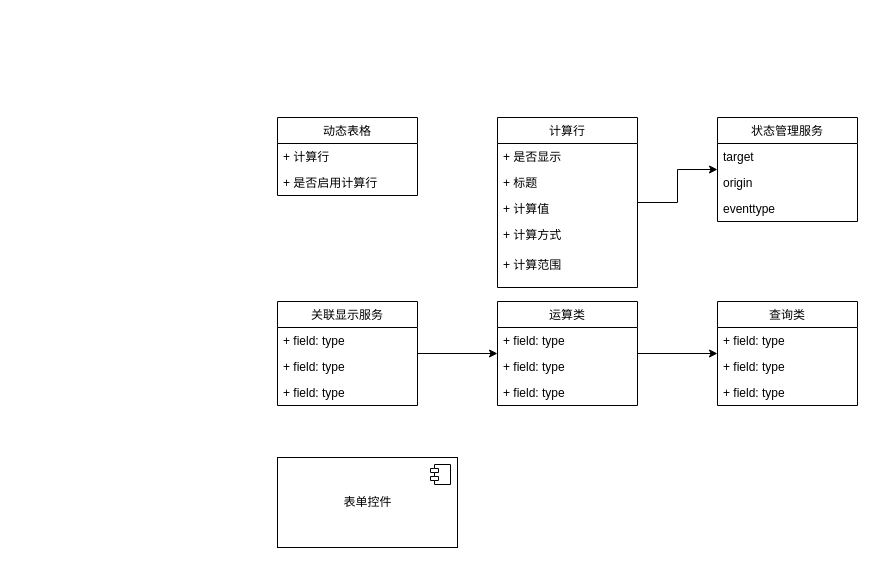
This is 计算行领域UML.drawio from asling/my-umls, a draw.io file, before an edit. Source tidied: cells renumbered, new cells numbered last; positions are measured from the earlier drawing's top-left corner, leaving out a move shared by most shapes. Both pictures are drawn from the tidied source at 100%, with x=0, y=0 at pixel (277, 117).
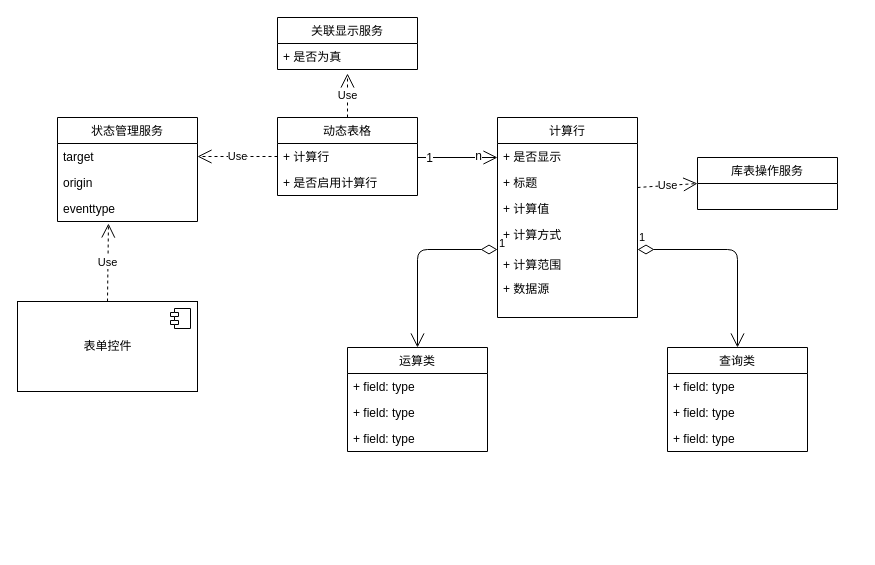
After the change.

Commit message:
Update 计算行领域UML.drawio

The change refers to these unchanged cells:
```xml
<mxCell id="2" value="动态表格" style="swimlane;fontStyle=0;horizontal=1;startSize=26;fillColor=none;" parent="1" vertex="1">
  <mxGeometry width="140" height="78" as="geometry" />
</mxCell>
<mxCell id="3" value="+ 计算行" style="text;strokeColor=none;fillColor=none;align=left;verticalAlign=top;spacingLeft=4;spacingRight=4;overflow=hidden;points=[[0,0.5],[1,0.5]];portConstraint=eastwest;" parent="2" vertex="1">
  <mxGeometry y="26" width="140" height="26" as="geometry" />
</mxCell>
<mxCell id="25" value="target" style="text;strokeColor=none;fillColor=none;align=left;verticalAlign=top;spacingLeft=4;spacingRight=4;overflow=hidden;points=[[0,0.5],[1,0.5]];portConstraint=eastwest;" parent="24" vertex="1">
  <mxGeometry y="26" width="140" height="26" as="geometry" />
</mxCell>
<mxCell id="27" value="eventtype" style="text;strokeColor=none;fillColor=none;align=left;verticalAlign=top;spacingLeft=4;spacingRight=4;overflow=hidden;points=[[0,0.5],[1,0.5]];portConstraint=eastwest;" parent="24" vertex="1">
  <mxGeometry y="78" width="140" height="26" as="geometry" />
</mxCell>
<mxCell id="30" value="+ 计算方式" style="text;strokeColor=none;fillColor=none;align=left;verticalAlign=top;spacingLeft=4;spacingRight=4;overflow=hidden;points=[[0,0.5],[1,0.5]];portConstraint=eastwest;" parent="1" vertex="1">
  <mxGeometry x="220" y="104" width="140" height="56" as="geometry" />
</mxCell>
```

Diff of the diagram source:
```diff
@@
-    <mxCell id="5" style="edgeStyle=orthogonalEdgeStyle;rounded=0;jettySize=auto;html=1;" parent="1" edge="1" source="6" target="11">
-      <mxGeometry relative="1" as="geometry" />
-    </mxCell>
     <mxCell id="6" value="关联显示服务" style="swimlane;fontStyle=0;horizontal=1;startSize=26;fillColor=none;" parent="1" vertex="1">
-      <mxGeometry y="184" width="140" height="104" as="geometry" />
+      <mxGeometry y="-100" width="140" height="52" as="geometry" />
     </mxCell>
-    <mxCell id="7" value="+ field: type" style="text;strokeColor=none;fillColor=none;align=left;verticalAlign=top;spacingLeft=4;spacingRight=4;overflow=hidden;" parent="6" vertex="1">
-      <mxGeometry y="26" width="140" height="26" as="geometry" />
-    </mxCell>
-    <mxCell id="8" value="+ field: type" style="text;strokeColor=none;fillColor=none;align=left;verticalAlign=top;spacingLeft=4;spacingRight=4;overflow=hidden;points=[[0,0.5],[1,0.5]];portConstraint=eastwest;" parent="6" vertex="1">
-      <mxGeometry y="52" width="140" height="26" as="geometry" />
+    <mxCell id="8" value="+ 是否为真" style="text;strokeColor=none;fillColor=none;align=left;verticalAlign=top;spacingLeft=4;spacingRight=4;overflow=hidden;points=[[0,0.5],[1,0.5]];portConstraint=eastwest;" parent="6" vertex="1">
+      <mxGeometry y="26" width="140" height="26" as="geometry" />
     </mxCell>
-    <mxCell id="9" value="+ field: type" style="text;strokeColor=none;fillColor=none;align=left;verticalAlign=top;spacingLeft=4;spacingRight=4;overflow=hidden;" parent="6" vertex="1">
-      <mxGeometry y="78" width="140" height="26" as="geometry" />
-    </mxCell>
-    <mxCell id="10" style="edgeStyle=orthogonalEdgeStyle;rounded=0;jettySize=auto;html=1;" parent="1" edge="1" source="11" target="15">
-      <mxGeometry relative="1" as="geometry" />
-    </mxCell>
     <mxCell id="11" value="运算类" style="swimlane;fontStyle=0;horizontal=1;startSize=26;fillColor=none;" parent="1" vertex="1">
-      <mxGeometry x="220" y="184" width="140" height="104" as="geometry" />
+      <mxGeometry x="70" y="230" width="140" height="104" as="geometry" />
     </mxCell>
@@
     <mxCell id="15" value="查询类" style="swimlane;fontStyle=0;horizontal=1;startSize=26;fillColor=none;" parent="1" vertex="1">
-      <mxGeometry x="440" y="184" width="140" height="104" as="geometry" />
+      <mxGeometry x="390" y="230" width="140" height="104" as="geometry" />
     </mxCell>
@@
-    <mxCell id="19" style="edgeStyle=orthogonalEdgeStyle;rounded=0;jettySize=auto;html=1;" parent="1" edge="1" source="20" target="24">
-      <mxGeometry relative="1" as="geometry" />
-    </mxCell>
     <mxCell id="20" value="计算行" style="swimlane;fontStyle=0;horizontal=1;startSize=26;fillColor=none;" parent="1" vertex="1">
-      <mxGeometry x="220" width="140" height="170" as="geometry" />
+      <mxGeometry x="220" width="140" height="200" as="geometry" />
     </mxCell>
@@
+    <mxCell id="32" value="Use" style="endArrow=open;endSize=12;dashed=1;html=1;entryX=0;entryY=0.5;entryDx=0;entryDy=0;" parent="20" edge="1" target="34">
+      <mxGeometry relative="1" as="geometry">
+        <mxPoint x="140" y="70" as="sourcePoint" />
+      </mxGeometry>
+    </mxCell>
     <mxCell id="23" value="+ 计算值" style="text;strokeColor=none;fillColor=none;align=left;verticalAlign=top;spacingLeft=4;spacingRight=4;overflow=hidden;" parent="20" vertex="1">
-      <mxGeometry y="78" width="140" height="92" as="geometry" />
+      <mxGeometry y="78" width="140" height="122" as="geometry" />
     </mxCell>
     <mxCell id="24" value="状态管理服务" style="swimlane;fontStyle=0;horizontal=1;startSize=26;fillColor=none;" parent="1" vertex="1">
-      <mxGeometry x="440" width="140" height="104" as="geometry" />
+      <mxGeometry x="-220" width="140" height="104" as="geometry" />
     </mxCell>
@@
     <mxCell id="28" value="表单控件" style="html=1;" parent="1" vertex="1">
-      <mxGeometry y="340" width="180" height="90" as="geometry" />
+      <mxGeometry x="-260" y="184" width="180" height="90" as="geometry" />
     </mxCell>
@@
+    <mxCell id="33" value="+ 数据源" style="text;strokeColor=none;fillColor=none;align=left;verticalAlign=top;spacingLeft=4;spacingRight=4;overflow=hidden;" parent="1" vertex="1">
+      <mxGeometry x="220" y="158" width="140" height="26" as="geometry" />
+    </mxCell>
+    <mxCell id="34" value="库表操作服务" style="swimlane;fontStyle=0;horizontal=1;startSize=26;fillColor=none;" parent="1" vertex="1">
+      <mxGeometry x="420" y="40" width="140" height="52" as="geometry" />
+    </mxCell>
+    <mxCell id="35" style="endArrow=open;endFill=1;endSize=12;html=1;" parent="1" edge="1">
+      <mxGeometry relative="1" as="geometry">
+        <mxPoint x="140" y="40" as="sourcePoint" />
+        <mxPoint x="220" y="40" as="targetPoint" />
+      </mxGeometry>
+    </mxCell>
+    <mxCell id="36" value="n" style="text;html=1;align=center;verticalAlign=middle;labelBackgroundColor=#ffffff;" parent="35" vertex="1">
+      <mxGeometry x="0.5" y="2" relative="1" as="geometry" />
+    </mxCell>
+    <mxCell id="37" value="1" style="text;html=1;align=center;verticalAlign=middle;labelBackgroundColor=#ffffff;" parent="35" vertex="1">
+      <mxGeometry x="-0.72" relative="1" as="geometry" />
+    </mxCell>
+    <mxCell id="38" value="1" style="endArrow=open;html=1;endSize=12;startArrow=diamondThin;startSize=14;startFill=0;edgeStyle=orthogonalEdgeStyle;align=left;verticalAlign=bottom;exitX=0;exitY=0.5;exitDx=0;exitDy=0;entryX=0.5;entryY=0;entryDx=0;entryDy=0;" parent="1" edge="1" source="30" target="11">
+      <mxGeometry x="-1" y="3" relative="1" as="geometry" />
+    </mxCell>
+    <mxCell id="39" value="1" style="endArrow=open;html=1;endSize=12;startArrow=diamondThin;startSize=14;startFill=0;edgeStyle=orthogonalEdgeStyle;align=left;verticalAlign=bottom;exitX=1;exitY=0.5;exitDx=0;exitDy=0;entryX=0.5;entryY=0;entryDx=0;entryDy=0;" parent="1" edge="1" source="30" target="15">
+      <mxGeometry x="-1" y="3" relative="1" as="geometry" />
+    </mxCell>
+    <mxCell id="40" value="Use" style="endArrow=open;endSize=12;dashed=1;html=1;exitX=0;exitY=0.5;exitDx=0;exitDy=0;entryX=1;entryY=0.5;entryDx=0;entryDy=0;" parent="1" edge="1" source="3" target="25">
+      <mxGeometry relative="1" as="geometry" />
+    </mxCell>
+    <mxCell id="41" value="Use" style="endArrow=open;endSize=12;dashed=1;html=1;exitX=0.5;exitY=0;exitDx=0;exitDy=0;entryX=0.5;entryY=1.154;entryDx=0;entryDy=0;entryPerimeter=0;" parent="1" edge="1" source="2" target="8">
+      <mxGeometry relative="1" as="geometry" />
+    </mxCell>
+    <mxCell id="42" value="Use" style="endArrow=open;endSize=12;dashed=1;html=1;exitX=0.5;exitY=0;exitDx=0;exitDy=0;entryX=0.364;entryY=1.077;entryDx=0;entryDy=0;entryPerimeter=0;" parent="1" edge="1" source="28" target="27">
+      <mxGeometry relative="1" as="geometry" />
+    </mxCell>
```
